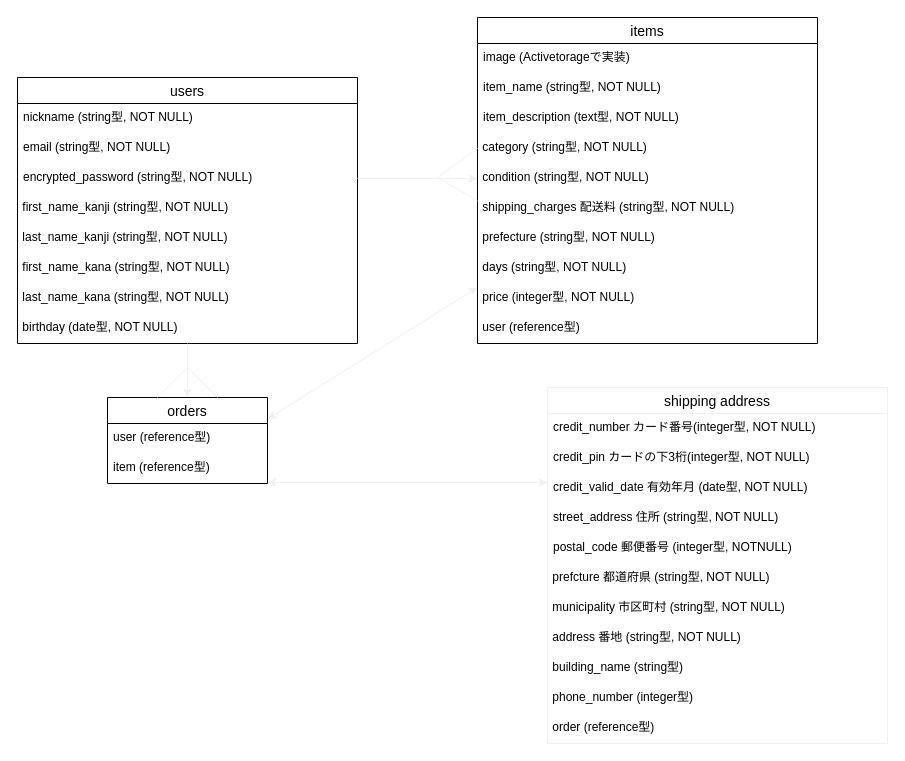
Earlier version of the draw.io diagram furima.dio (katuya364/furima-35802). Source tidied: cells renumbered, new cells numbered last; positions are measured from the earlier drawing's top-left corner, leaving out a move shared by most shapes. Both pictures are drawn from the tidied source at 100%, with x=0, y=0 at pixel (17, 17).
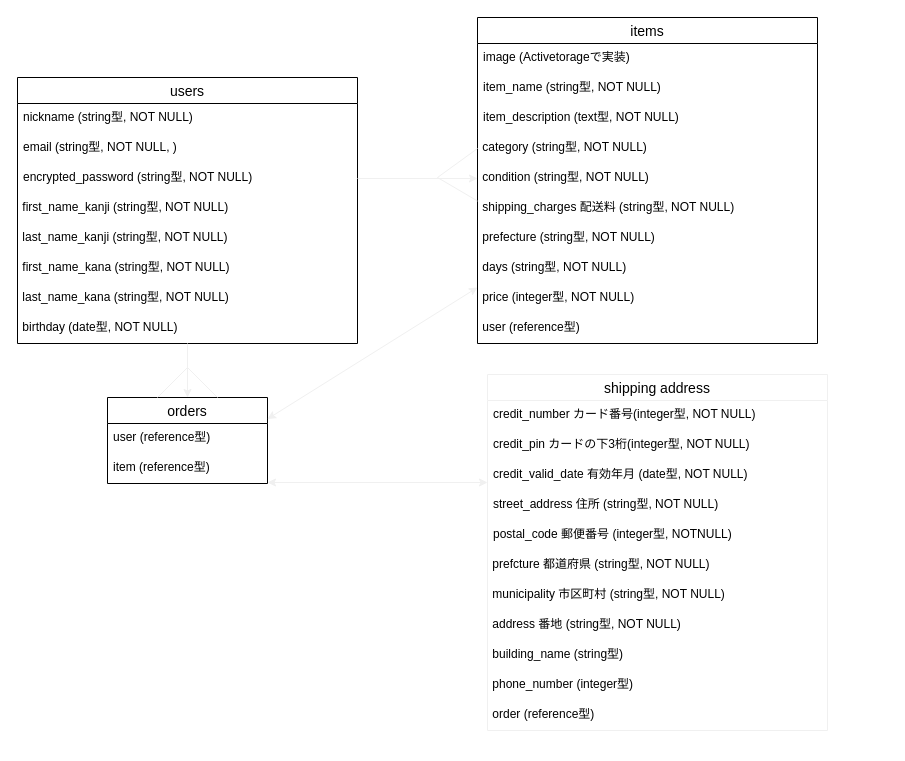
The same diagram, later.

Commit message (it also covers changes not shown here):
usersテーブル　一意性制約の追加

The change refers to these unchanged cells:
```xml
<mxCell id="2" value="users" style="swimlane;fontStyle=0;horizontal=1;startSize=26;align=center;fontSize=14;" parent="1" vertex="1">
  <mxGeometry y="60" width="340" height="266" as="geometry" />
</mxCell>
```

What changed in the source:
```diff
@@
-    <mxCell id="4" value="email (string型, NOT NULL)" style="text;strokeColor=none;fillColor=none;spacingLeft=4;spacingRight=4;overflow=hidden;fontSize=12;" parent="2" vertex="1">
+    <mxCell id="4" value="email (string型, NOT NULL, )" style="text;strokeColor=none;fillColor=none;spacingLeft=4;spacingRight=4;overflow=hidden;fontSize=12;" parent="2" vertex="1">
       <mxGeometry y="56" width="340" height="30" as="geometry" />
     </mxCell>
@@
     <mxCell id="25" value="shipping address" style="swimlane;fontStyle=0;horizontal=1;startSize=26;align=center;fontSize=14;strokeColor=#F0F0F0;" parent="1" vertex="1">
-      <mxGeometry x="530" y="370" width="340" height="356" as="geometry" />
+      <mxGeometry x="470" y="357" width="340" height="356" as="geometry" />
     </mxCell>
@@
     <mxCell id="44" style="endArrow=classic;startArrow=classic;html=1;strokeColor=#F0F0F0;" parent="1" edge="1">
       <mxGeometry relative="1" as="geometry">
         <mxPoint x="250" y="465" as="sourcePoint" />
-        <mxPoint x="530" y="465" as="targetPoint" />
+        <mxPoint x="470" y="465" as="targetPoint" />
       </mxGeometry>
     </mxCell>
```
